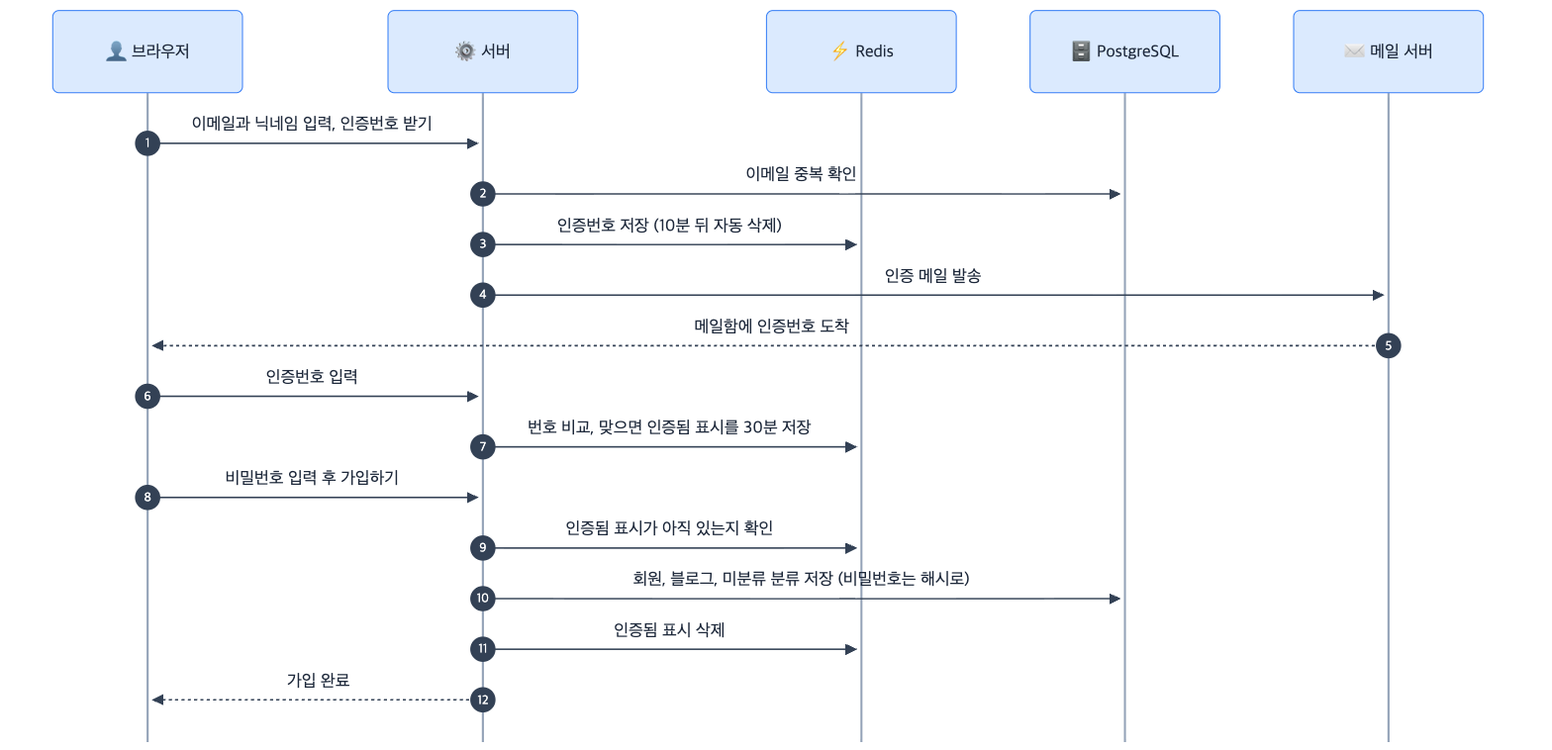
Earlier version of the Mermaid export docs/3-설계/그림/04-회원가입과이메일인증.png (home-blog/docs). Its source is kept beside it as docs/3-설계/그림/원본/04-회원가입과이메일인증.mmd. Source of this version:
```mermaid
sequenceDiagram
  autonumber
  participant B as 👤 브라우저
  participant S as ⚙️ 서버
  participant R as ⚡ Redis
  participant D as 🗄️ PostgreSQL
  participant M as ✉️ 메일 서버

  B->>S: 이메일과 닉네임 입력, 인증번호 받기
  S->>D: 이메일 중복 확인
  S->>R: 인증번호 저장 (10분 뒤 자동 삭제)
  S->>M: 인증 메일 발송
  M-->>B: 메일함에 인증번호 도착
  B->>S: 인증번호 입력
  S->>R: 번호 비교, 맞으면 인증됨 표시를 30분 저장
  B->>S: 비밀번호 입력 후 가입하기
  S->>R: 인증됨 표시가 아직 있는지 확인
  S->>D: 회원, 블로그, 미분류 분류 저장 (비밀번호는 해시로)
  S->>R: 인증됨 표시 삭제
  S-->>B: 가입 완료
```
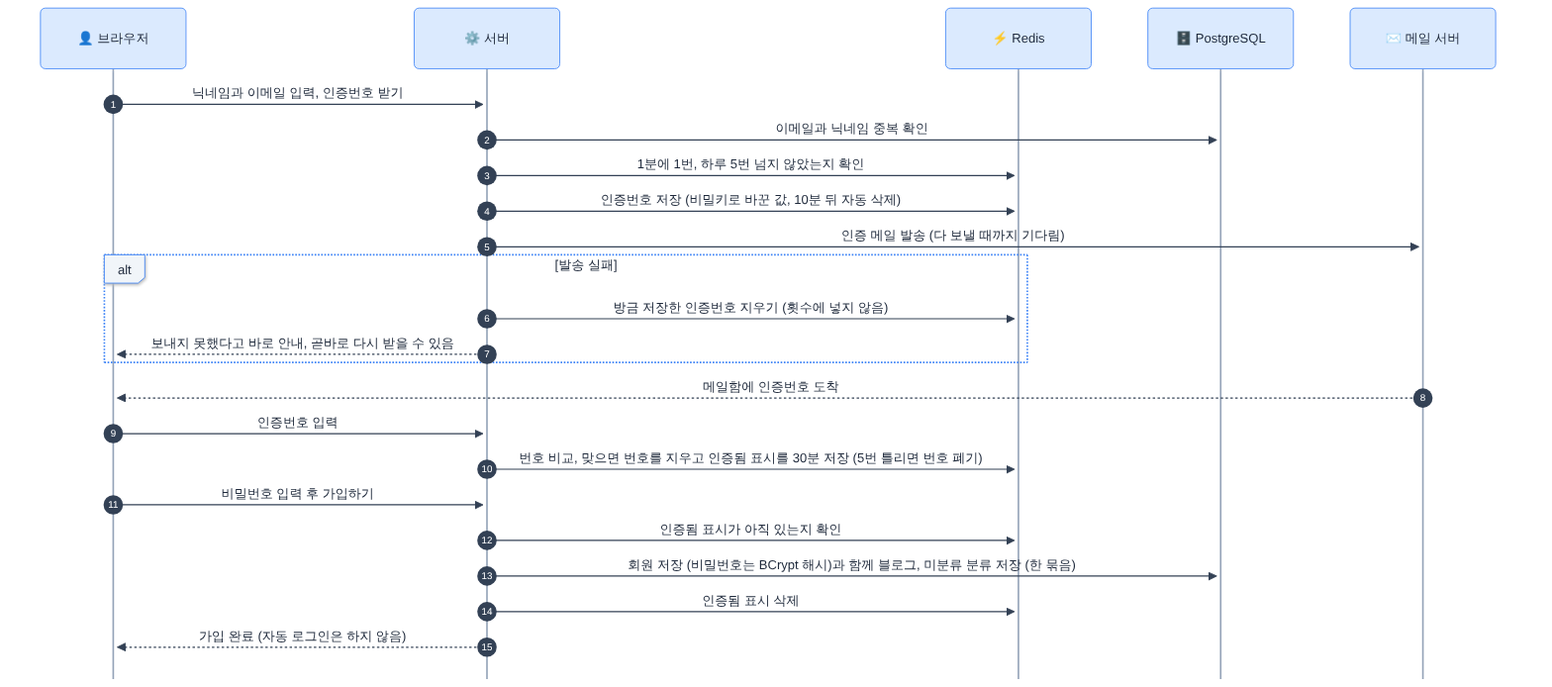
Above is the later version.

Change to the diagram source:
```diff
@@ -6,15 +6,20 @@
   participant D as 🗄️ PostgreSQL
   participant M as ✉️ 메일 서버
 
-  B->>S: 이메일과 닉네임 입력, 인증번호 받기
-  S->>D: 이메일 중복 확인
-  S->>R: 인증번호 저장 (10분 뒤 자동 삭제)
-  S->>M: 인증 메일 발송
+  B->>S: 닉네임과 이메일 입력, 인증번호 받기
+  S->>D: 이메일과 닉네임 중복 확인
+  S->>R: 1분에 1번, 하루 5번 넘지 않았는지 확인
+  S->>R: 인증번호 저장 (비밀키로 바꾼 값, 10분 뒤 자동 삭제)
+  S->>M: 인증 메일 발송 (다 보낼 때까지 기다림)
+  alt 발송 실패
+    S->>R: 방금 저장한 인증번호 지우기 (횟수에 넣지 않음)
+    S-->>B: 보내지 못했다고 바로 안내, 곧바로 다시 받을 수 있음
+  end
   M-->>B: 메일함에 인증번호 도착
   B->>S: 인증번호 입력
-  S->>R: 번호 비교, 맞으면 인증됨 표시를 30분 저장
+  S->>R: 번호 비교, 맞으면 번호를 지우고 인증됨 표시를 30분 저장 (5번 틀리면 번호 폐기)
   B->>S: 비밀번호 입력 후 가입하기
   S->>R: 인증됨 표시가 아직 있는지 확인
-  S->>D: 회원, 블로그, 미분류 분류 저장 (비밀번호는 해시로)
+  S->>D: 회원 저장 (비밀번호는 BCrypt 해시)과 함께 블로그, 미분류 분류 저장 (한 묶음)
   S->>R: 인증됨 표시 삭제
-  S-->>B: 가입 완료
+  S-->>B: 가입 완료 (자동 로그인은 하지 않음)
```
